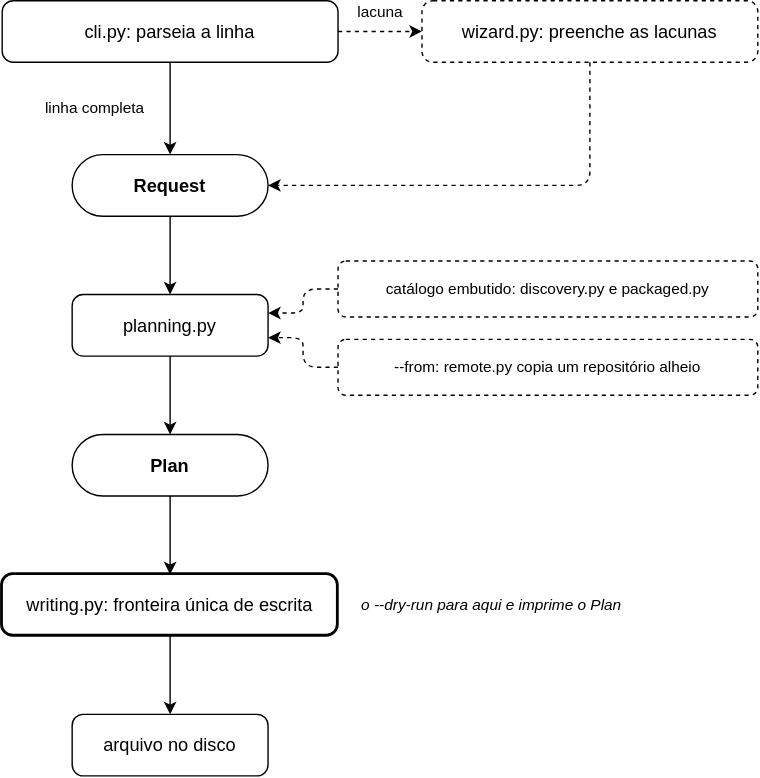
Before: conteudo/ferramentas/bibliotecas/overpower/contribuir/fluxo-de-uma-invocacao.drawio.svg, a diagram exported from draw.io (ThiagoPanini/panlabs-docs). Source tidied: cells renumbered, new cells last; positions are measured from the earlier drawing's top-left corner, leaving out a move shared by most shapes.
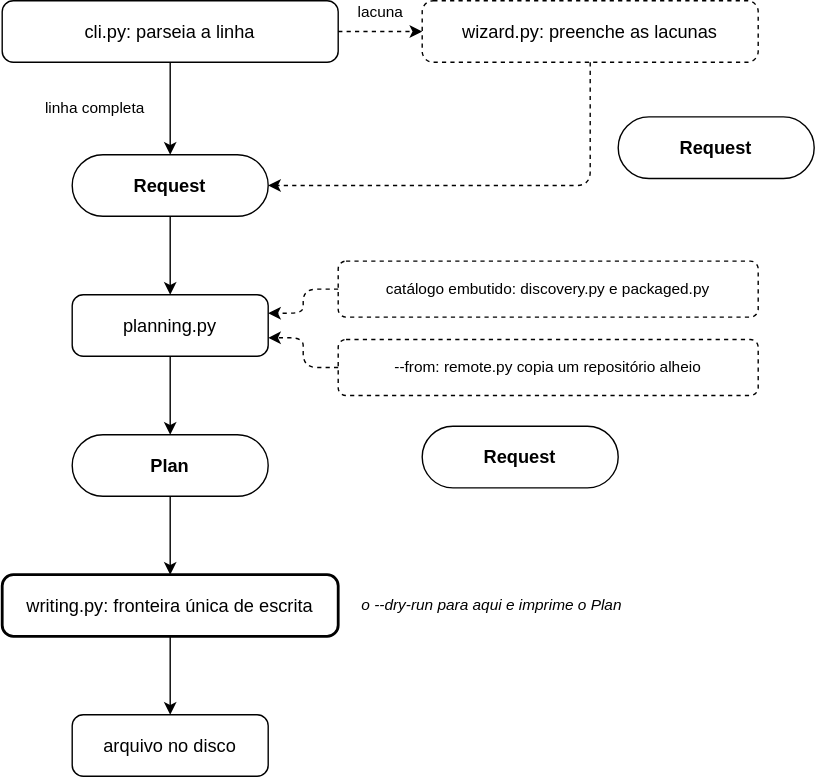
The same file after the commit.

Change to the diagram source:
```diff
@@ -63,5 +63,11 @@
     <mxCell id="20" style="edgeStyle=orthogonalEdgeStyle;rounded=1;html=1;exitX=0.5;exitY=1;exitDx=0;exitDy=0;entryX=0.5;entryY=0;entryDx=0;entryDy=0;" parent="1" edge="1" source="9" target="10">
       <mxGeometry relative="1" as="geometry" />
     </mxCell>
+    <mxCell id="21" value="Request" style="rounded=1;whiteSpace=wrap;html=1;fontSize=13;arcSize=50;fontStyle=1;" parent="1" vertex="1">
+      <mxGeometry x="300" y="304" width="140" height="44" as="geometry" />
+    </mxCell>
+    <mxCell id="22" value="Request" style="rounded=1;whiteSpace=wrap;html=1;fontSize=13;arcSize=50;fontStyle=1;" parent="1" vertex="1">
+      <mxGeometry x="440" y="83" width="140" height="44" as="geometry" />
+    </mxCell>
   </root>
 </mxGraphModel>
```
